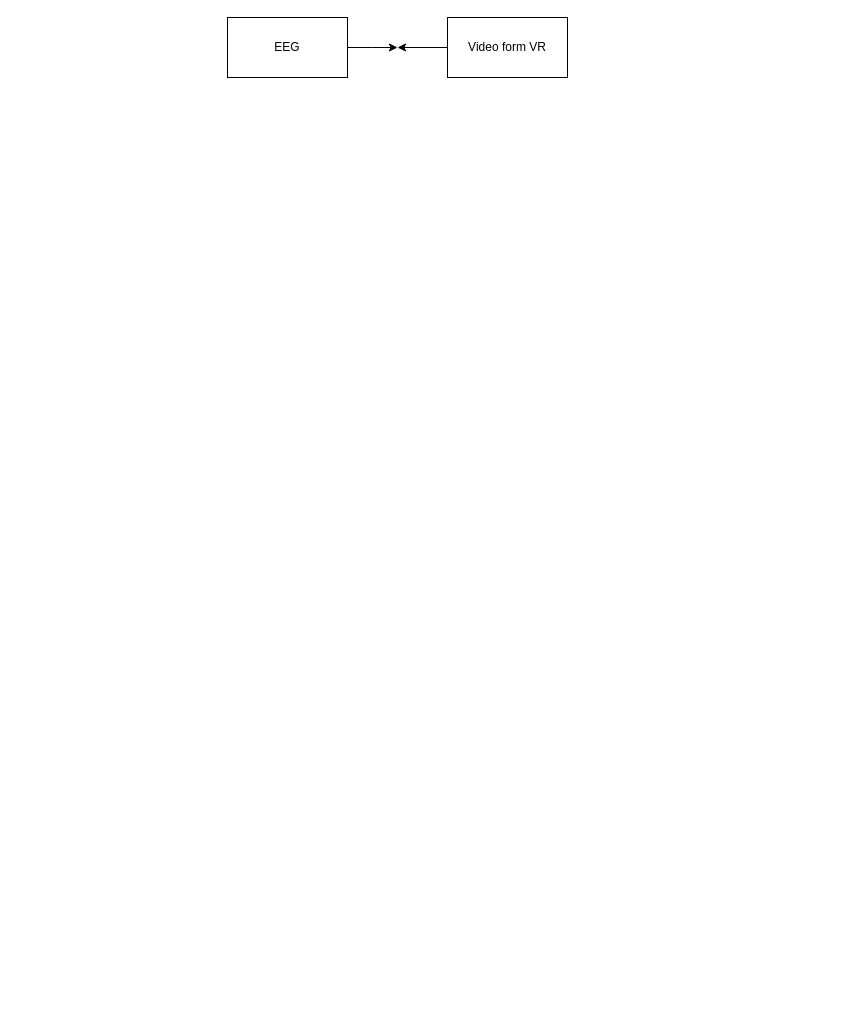
Above: Untitled Diagram.drawio in akhxl-sharma/AI-Research (draw.io), before the change. Source tidied: cells renumbered, new cells numbered last; positions are measured from the earlier drawing's top-left corner, leaving out a move shared by most shapes. Both pictures are drawn from the tidied source at 100%, with x=0, y=0 at pixel (227, 17).
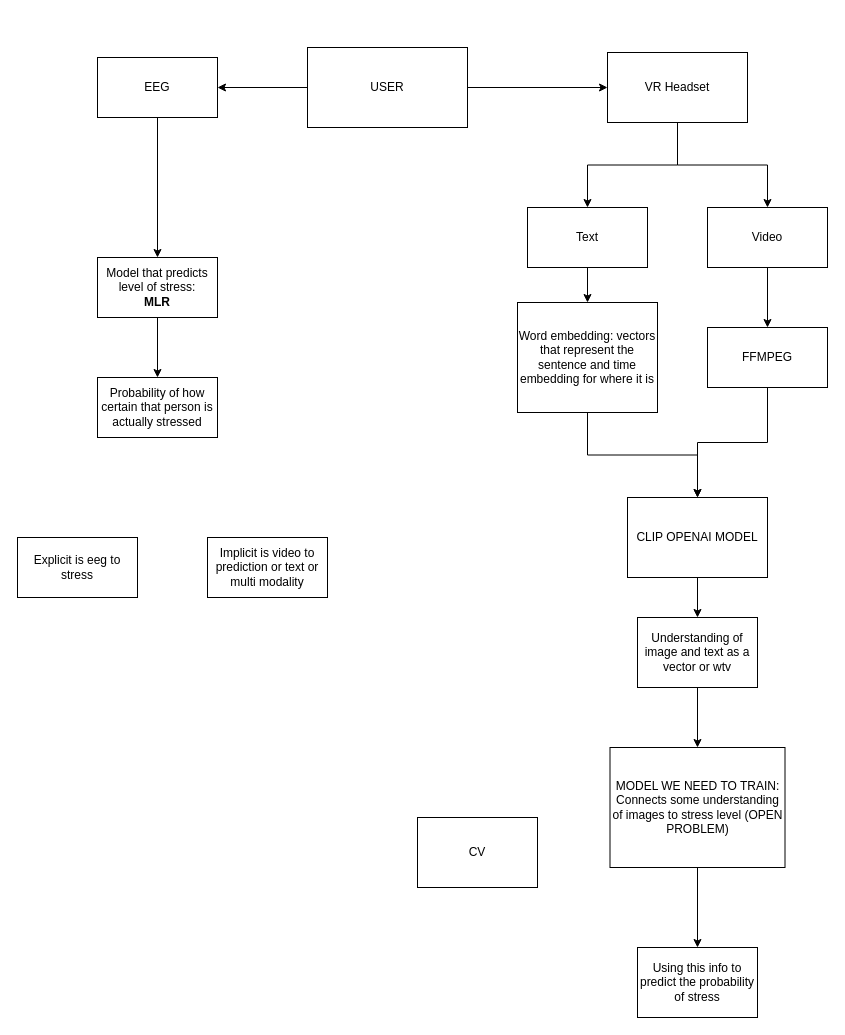
Above is the later version.

The edit, as a diff of the source:
```diff
@@
-    <mxCell id="2" style="edgeStyle=orthogonalEdgeStyle;rounded=0;jettySize=auto;html=1;" parent="1" edge="1" source="3">
-      <mxGeometry relative="1" as="geometry">
-        <mxPoint x="170" y="30" as="targetPoint" />
-      </mxGeometry>
-    </mxCell>
+    <mxCell id="6" style="edgeStyle=orthogonalEdgeStyle;rounded=0;jettySize=auto;html=1;entryX=0.5;entryY=0;entryDx=0;entryDy=0;" parent="1" edge="1" source="3" target="9">
+      <mxGeometry relative="1" as="geometry" />
+    </mxCell>
     <mxCell id="3" value="EEG " style="rounded=0;whiteSpace=wrap;html=1;" parent="1" vertex="1">
-      <mxGeometry width="120" height="60" as="geometry" />
+      <mxGeometry x="-130" y="40" width="120" height="60" as="geometry" />
     </mxCell>
-    <mxCell id="4" style="edgeStyle=orthogonalEdgeStyle;rounded=0;jettySize=auto;html=1;" parent="1" edge="1" source="5">
-      <mxGeometry relative="1" as="geometry">
-        <mxPoint x="170" y="30" as="targetPoint" />
-      </mxGeometry>
-    </mxCell>
-    <mxCell id="5" value="Video form VR" style="whiteSpace=wrap;html=1;" parent="1" vertex="1">
-      <mxGeometry x="220" width="120" height="60" as="geometry" />
+    <mxCell id="5" value="CV" style="whiteSpace=wrap;html=1;" parent="1" vertex="1">
+      <mxGeometry x="190" y="800" width="120" height="70" as="geometry" />
     </mxCell>
+    <mxCell id="7" value="Implicit is video to prediction or text or multi modality " style="rounded=0;whiteSpace=wrap;html=1;" parent="1" vertex="1">
+      <mxGeometry x="-20" y="520" width="120" height="60" as="geometry" />
+    </mxCell>
+    <mxCell id="8" style="edgeStyle=orthogonalEdgeStyle;rounded=0;jettySize=auto;html=1;entryX=0.5;entryY=0;entryDx=0;entryDy=0;" parent="1" edge="1" source="9" target="10">
+      <mxGeometry relative="1" as="geometry" />
+    </mxCell>
+    <mxCell id="9" value="&lt;div&gt;Model that predicts level of stress:&lt;/div&gt;&lt;div&gt;&lt;b&gt;MLR &lt;/b&gt;&lt;br&gt;&lt;/div&gt;" style="rounded=0;whiteSpace=wrap;html=1;" parent="1" vertex="1">
+      <mxGeometry x="-130" y="240" width="120" height="60" as="geometry" />
+    </mxCell>
+    <mxCell id="10" value="Probability of how certain that person is actually stressed" style="rounded=0;whiteSpace=wrap;html=1;" parent="1" vertex="1">
+      <mxGeometry x="-130" y="360" width="120" height="60" as="geometry" />
+    </mxCell>
+    <mxCell id="11" style="edgeStyle=orthogonalEdgeStyle;rounded=0;jettySize=auto;html=1;entryX=0.5;entryY=0;entryDx=0;entryDy=0;" parent="1" edge="1" source="12" target="19">
+      <mxGeometry relative="1" as="geometry" />
+    </mxCell>
+    <mxCell id="12" value="Text" style="rounded=0;whiteSpace=wrap;html=1;" parent="1" vertex="1">
+      <mxGeometry x="300" y="190" width="120" height="60" as="geometry" />
+    </mxCell>
+    <mxCell id="13" style="edgeStyle=orthogonalEdgeStyle;rounded=0;jettySize=auto;html=1;entryX=0;entryY=0.5;entryDx=0;entryDy=0;" parent="1" edge="1" source="15" target="23">
+      <mxGeometry relative="1" as="geometry" />
+    </mxCell>
+    <mxCell id="14" style="edgeStyle=orthogonalEdgeStyle;rounded=0;jettySize=auto;html=1;entryX=1;entryY=0.5;entryDx=0;entryDy=0;" parent="1" edge="1" source="15" target="3">
+      <mxGeometry relative="1" as="geometry" />
+    </mxCell>
+    <mxCell id="15" value="USER" style="whiteSpace=wrap;html=1;" parent="1" vertex="1">
+      <mxGeometry x="80" y="30" width="160" height="80" as="geometry" />
+    </mxCell>
+    <mxCell id="16" style="edgeStyle=orthogonalEdgeStyle;rounded=0;jettySize=auto;html=1;" parent="1" edge="1" source="17" target="25">
+      <mxGeometry relative="1" as="geometry" />
+    </mxCell>
+    <mxCell id="17" value="Video" style="whiteSpace=wrap;html=1;" parent="1" vertex="1">
+      <mxGeometry x="480" y="190" width="120" height="60" as="geometry" />
+    </mxCell>
+    <mxCell id="18" style="edgeStyle=orthogonalEdgeStyle;rounded=0;jettySize=auto;html=1;" parent="1" edge="1" source="19" target="27">
+      <mxGeometry relative="1" as="geometry" />
+    </mxCell>
+    <mxCell id="19" value="Word embedding: vectors that represent the sentence and time embedding for where it is " style="whiteSpace=wrap;html=1;" parent="1" vertex="1">
+      <mxGeometry x="290" y="285" width="140" height="110" as="geometry" />
+    </mxCell>
+    <mxCell id="20" value="Explicit is eeg to stress" style="whiteSpace=wrap;html=1;" parent="1" vertex="1">
+      <mxGeometry x="-210" y="520" width="120" height="60" as="geometry" />
+    </mxCell>
+    <mxCell id="21" style="edgeStyle=orthogonalEdgeStyle;rounded=0;jettySize=auto;html=1;entryX=0.5;entryY=0;entryDx=0;entryDy=0;" parent="1" edge="1" source="23" target="12">
+      <mxGeometry relative="1" as="geometry" />
+    </mxCell>
+    <mxCell id="22" style="edgeStyle=orthogonalEdgeStyle;rounded=0;jettySize=auto;html=1;entryX=0.5;entryY=0;entryDx=0;entryDy=0;" parent="1" edge="1" source="23" target="17">
+      <mxGeometry relative="1" as="geometry" />
+    </mxCell>
+    <mxCell id="23" value="&lt;div&gt;VR Headset &lt;br&gt;&lt;/div&gt;" style="whiteSpace=wrap;html=1;" parent="1" vertex="1">
+      <mxGeometry x="380" y="35" width="140" height="70" as="geometry" />
+    </mxCell>
+    <mxCell id="24" style="edgeStyle=orthogonalEdgeStyle;rounded=0;jettySize=auto;html=1;entryX=0.5;entryY=0;entryDx=0;entryDy=0;" parent="1" edge="1" source="25" target="27">
+      <mxGeometry relative="1" as="geometry" />
+    </mxCell>
+    <mxCell id="25" value="&lt;div&gt;FFMPEG&lt;/div&gt;" style="whiteSpace=wrap;html=1;" parent="1" vertex="1">
+      <mxGeometry x="480" y="310" width="120" height="60" as="geometry" />
+    </mxCell>
+    <mxCell id="26" style="edgeStyle=orthogonalEdgeStyle;rounded=0;jettySize=auto;html=1;" parent="1" edge="1" source="27" target="29">
+      <mxGeometry relative="1" as="geometry" />
+    </mxCell>
+    <mxCell id="27" value="&lt;div&gt;CLIP OPENAI MODEL&lt;/div&gt;" style="whiteSpace=wrap;html=1;" parent="1" vertex="1">
+      <mxGeometry x="400" y="480" width="140" height="80" as="geometry" />
+    </mxCell>
+    <mxCell id="28" style="edgeStyle=orthogonalEdgeStyle;rounded=0;jettySize=auto;html=1;" parent="1" edge="1" source="29" target="32">
+      <mxGeometry relative="1" as="geometry" />
+    </mxCell>
+    <mxCell id="29" value="Understanding of image and text as a vector or wtv " style="rounded=0;whiteSpace=wrap;html=1;" parent="1" vertex="1">
+      <mxGeometry x="410" y="600" width="120" height="70" as="geometry" />
+    </mxCell>
+    <mxCell id="30" value="Using this info to predict the probability of stress " style="whiteSpace=wrap;html=1;" parent="1" vertex="1">
+      <mxGeometry x="410" y="930" width="120" height="70" as="geometry" />
+    </mxCell>
+    <mxCell id="31" style="edgeStyle=orthogonalEdgeStyle;rounded=0;jettySize=auto;html=1;entryX=0.5;entryY=0;entryDx=0;entryDy=0;" parent="1" edge="1" source="32" target="30">
+      <mxGeometry relative="1" as="geometry" />
+    </mxCell>
+    <mxCell id="32" value="MODEL WE NEED TO TRAIN: Connects some understanding of images to stress level (OPEN PROBLEM)" style="whiteSpace=wrap;html=1;" parent="1" vertex="1">
+      <mxGeometry x="382.5" y="730" width="175" height="120" as="geometry" />
+    </mxCell>
```
